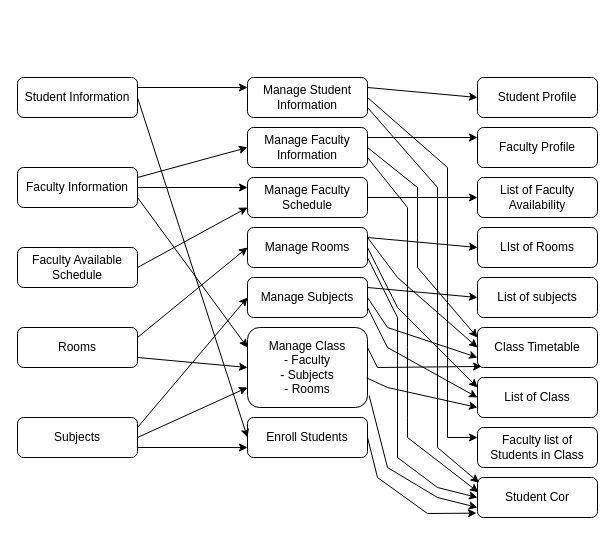
Above: Conceptual frameswork Enrollment-Scheduling.drawio in gebeOCC/diagrams (draw.io), before the change. Source tidied: cells renumbered, new cells numbered last; positions are measured from the earlier drawing's top-left corner, leaving out a move shared by most shapes. Both pictures are drawn from the tidied source at 100%, with x=0, y=0 at pixel (17, 77).
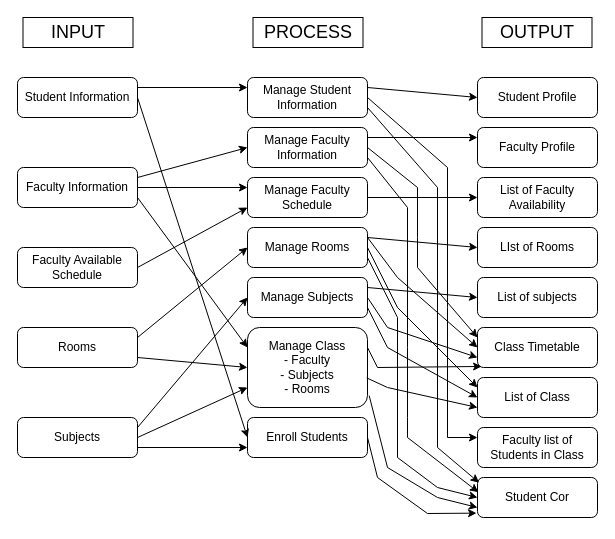
After the change.

What changed in the source:
```diff
@@
+    <mxCell id="52" style="group;" parent="1" vertex="1">
+      <mxGeometry x="5.5" y="-60" width="569" height="30" as="geometry" />
+    </mxCell>
+    <mxCell id="53" value="&lt;span style=&quot;font-size: 18px;&quot;&gt;PROCESS&lt;/span&gt;" style="rounded=0;whiteSpace=wrap;html=1;" parent="52" vertex="1">
+      <mxGeometry x="230" width="110" height="30" as="geometry" />
+    </mxCell>
+    <mxCell id="54" value="&lt;font style=&quot;font-size: 18px;&quot;&gt;INPUT&lt;/font&gt;" style="rounded=0;whiteSpace=wrap;html=1;" parent="52" vertex="1">
+      <mxGeometry width="110" height="30" as="geometry" />
+    </mxCell>
+    <mxCell id="55" value="&lt;span style=&quot;font-size: 18px;&quot;&gt;OUTPUT&lt;/span&gt;" style="rounded=0;whiteSpace=wrap;html=1;" parent="52" vertex="1">
+      <mxGeometry x="459" width="110" height="30" as="geometry" />
+    </mxCell>
```
